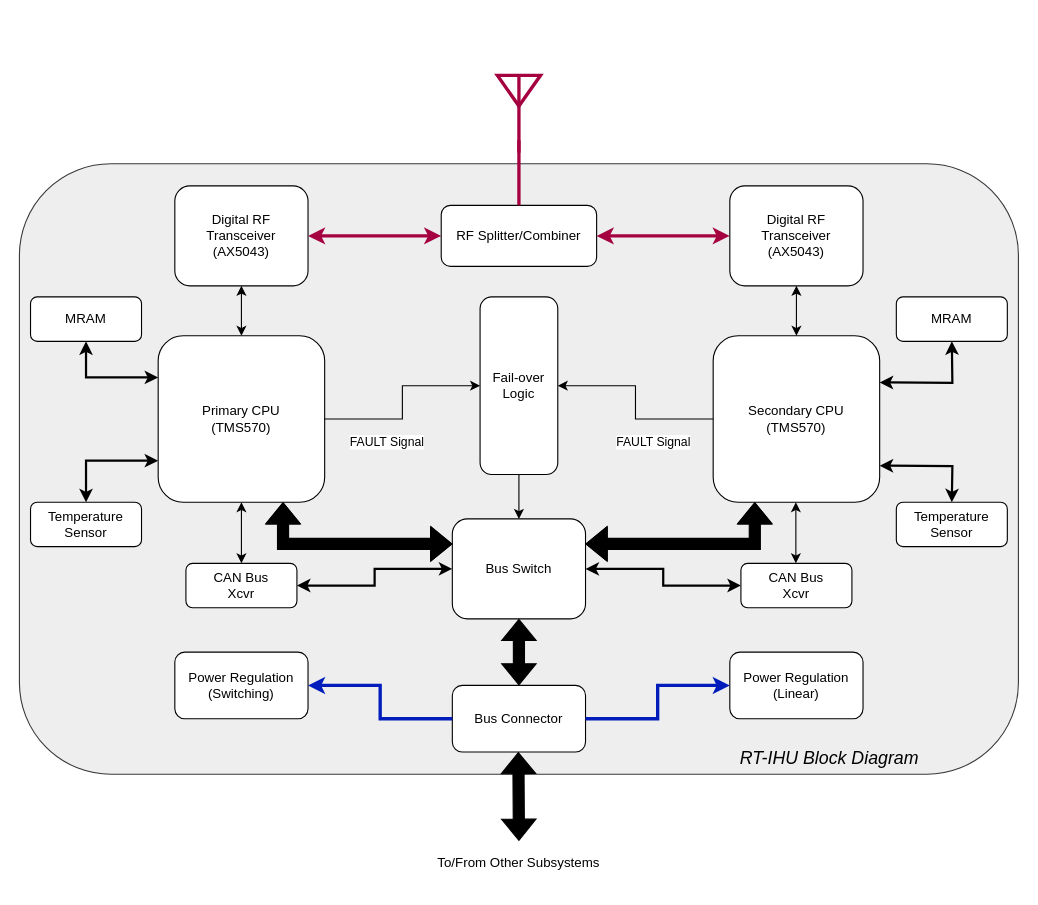
Above: rt-ihu-block-diagram.drawio in zmetzing/rt-ihu (draw.io), before the change. Source tidied: cells renumbered, new cells numbered last; positions are measured from the earlier drawing's top-left corner, leaving out a move shared by most shapes. Both pictures are drawn from the tidied source at 111%, with x=0, y=0 at pixel (19, 74).
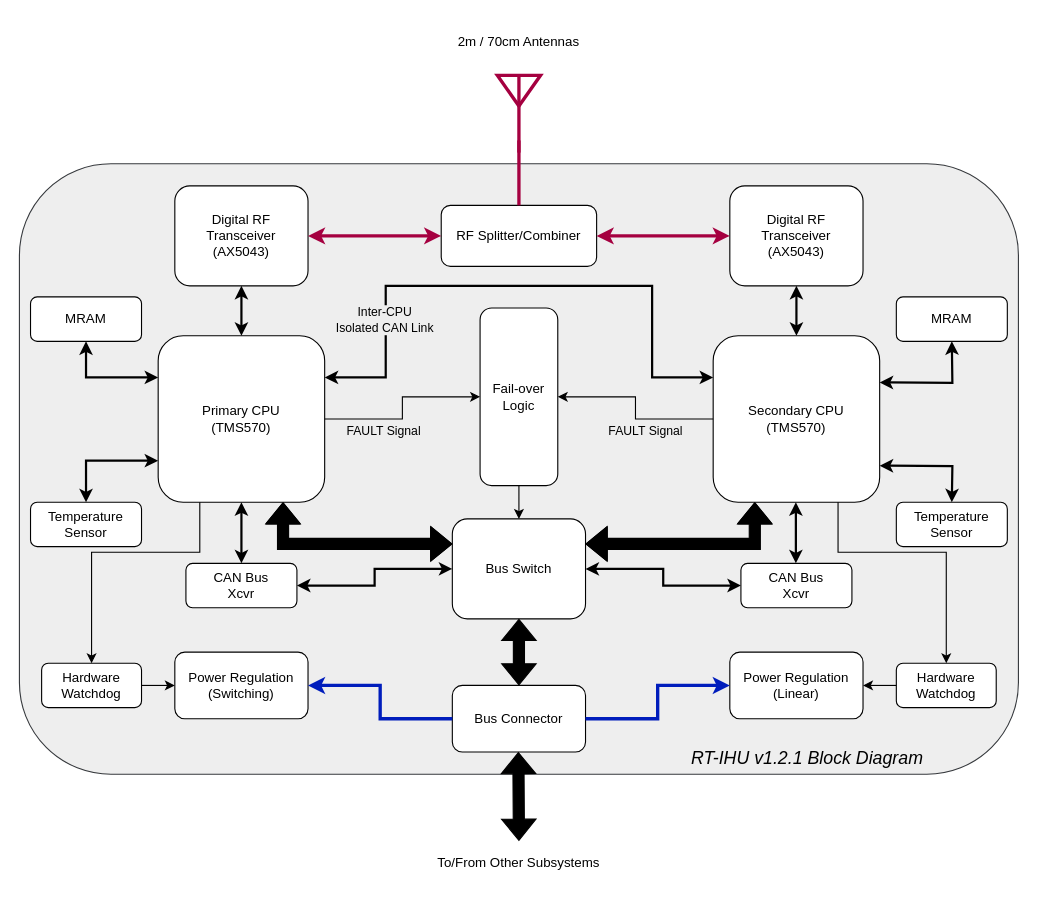
Above is the later version.

Unchanged cells that the change refers to:
```xml
<mxCell id="4" value="&lt;div&gt;Power Regulation&lt;/div&gt;&lt;div&gt;(Switching)&lt;/div&gt;" style="rounded=1;whiteSpace=wrap;html=1;" parent="1" vertex="1">
  <mxGeometry x="140" y="520" width="120" height="60" as="geometry" />
</mxCell>
<mxCell id="11" value="&lt;div&gt;Primary CPU&lt;/div&gt;&lt;div&gt;(TMS570)&lt;br&gt;&lt;/div&gt;" style="rounded=1;whiteSpace=wrap;html=1;" parent="1" vertex="1">
  <mxGeometry x="125" y="235" width="150" height="150" as="geometry" />
</mxCell>
<mxCell id="12" value="&lt;div&gt;Secondary CPU&lt;/div&gt;&lt;div&gt;(TMS570)&lt;br&gt;&lt;/div&gt;" style="rounded=1;whiteSpace=wrap;html=1;" parent="1" vertex="1">
  <mxGeometry x="625" y="235" width="150" height="150" as="geometry" />
</mxCell>
<mxCell id="14" value="&lt;div&gt;CAN Bus&lt;/div&gt;&lt;div&gt;Xcvr&lt;br&gt;&lt;/div&gt;" style="rounded=1;whiteSpace=wrap;html=1;" parent="1" vertex="1">
  <mxGeometry x="150" y="440" width="100" height="40" as="geometry" />
</mxCell>
<mxCell id="20" style="endArrow=classic;html=1;rounded=0;exitX=1;exitY=0.5;exitDx=0;exitDy=0;edgeStyle=orthogonalEdgeStyle;entryX=0;entryY=0.5;entryDx=0;entryDy=0;" parent="1" edge="1" source="11" target="7">
  <mxGeometry relative="1" as="geometry" />
</mxCell>
<mxCell id="22" style="endArrow=classic;html=1;rounded=0;entryX=1;entryY=0.5;entryDx=0;entryDy=0;exitX=0;exitY=0.5;exitDx=0;exitDy=0;edgeStyle=orthogonalEdgeStyle;" parent="1" edge="1" source="12" target="7">
  <mxGeometry relative="1" as="geometry" />
</mxCell>
<mxCell id="24" value="&lt;div&gt;Digital RF Transceiver&lt;/div&gt;&lt;div&gt;(AX5043)&lt;br&gt;&lt;/div&gt;" style="rounded=1;whiteSpace=wrap;html=1;" parent="1" vertex="1">
  <mxGeometry x="140" y="100" width="120" height="90" as="geometry" />
</mxCell>
<mxCell id="25" value="&lt;div&gt;Digital RF Transceiver&lt;/div&gt;&lt;div&gt;(AX5043)&lt;br&gt;&lt;/div&gt;" style="rounded=1;whiteSpace=wrap;html=1;" parent="1" vertex="1">
  <mxGeometry x="640" y="100" width="120" height="90" as="geometry" />
</mxCell>
<mxCell id="28" value="&lt;div&gt;RF Splitter/Combiner&lt;/div&gt;" style="rounded=1;whiteSpace=wrap;html=1;" parent="1" vertex="1">
  <mxGeometry x="380" y="117.5" width="140" height="55" as="geometry" />
</mxCell>
<mxCell id="44" style="verticalLabelPosition=bottom;shadow=0;dashed=0;align=center;html=1;verticalAlign=top;shape=mxgraph.electrical.radio.aerial_-_antenna_2;fillColor=none;fontColor=#ffffff;strokeColor=#A50040;strokeWidth=3;" parent="1" vertex="1">
  <mxGeometry x="430.5" width="39" height="70" as="geometry" />
</mxCell>
```

Change to the diagram source:
```diff
@@
     <mxCell id="7" value="Fail-over Logic" style="rounded=1;whiteSpace=wrap;html=1;" parent="1" vertex="1">
-      <mxGeometry x="415" y="200" width="70" height="160" as="geometry" />
+      <mxGeometry x="415" y="210" width="70" height="160" as="geometry" />
     </mxCell>
@@
-    <mxCell id="15" style="endArrow=classic;startArrow=classic;html=1;rounded=0;entryX=0.5;entryY=1;entryDx=0;entryDy=0;exitX=0.5;exitY=0;exitDx=0;exitDy=0;" parent="1" edge="1" source="14" target="11">
+    <mxCell id="15" style="endArrow=classic;startArrow=classic;html=1;rounded=0;entryX=0.5;entryY=1;entryDx=0;entryDy=0;exitX=0.5;exitY=0;exitDx=0;exitDy=0;strokeWidth=2;" parent="1" edge="1" source="14" target="11">
       <mxGeometry relative="1" as="geometry" />
     </mxCell>
@@
-    <mxCell id="21" value="FAULT Signal" style="edgeLabel;html=1;align=center;verticalAlign=middle;" parent="20" vertex="1">
+    <mxCell id="21" value="FAULT Signal" style="edgeLabel;html=1;align=center;verticalAlign=middle;labelBackgroundColor=#EEEEEE;" parent="20" vertex="1">
       <mxGeometry x="-0.42" y="-3" relative="1" as="geometry">
-        <mxPoint x="6" y="17" as="offset" />
+        <mxPoint x="6" y="7" as="offset" />
       </mxGeometry>
     </mxCell>
@@
-    <mxCell id="23" value="FAULT Signal" style="edgeLabel;html=1;align=center;verticalAlign=middle;" parent="22" vertex="1">
+    <mxCell id="23" value="FAULT Signal" style="edgeLabel;html=1;align=center;verticalAlign=middle;labelBackgroundColor=#EEEEEE;" parent="22" vertex="1">
       <mxGeometry x="-0.35" y="3" relative="1" as="geometry">
-        <mxPoint y="17" as="offset" />
+        <mxPoint x="-10" y="7" as="offset" />
       </mxGeometry>
     </mxCell>
@@
-    <mxCell id="26" style="endArrow=classic;startArrow=classic;html=1;rounded=0;entryX=0.5;entryY=1;entryDx=0;entryDy=0;exitX=0.5;exitY=0;exitDx=0;exitDy=0;" parent="1" edge="1" source="11" target="24">
+    <mxCell id="26" style="endArrow=classic;startArrow=classic;html=1;rounded=0;entryX=0.5;entryY=1;entryDx=0;entryDy=0;exitX=0.5;exitY=0;exitDx=0;exitDy=0;strokeWidth=2;" parent="1" edge="1" source="11" target="24">
       <mxGeometry relative="1" as="geometry" />
     </mxCell>
-    <mxCell id="27" style="endArrow=classic;startArrow=classic;html=1;rounded=0;entryX=0.5;entryY=1;entryDx=0;entryDy=0;exitX=0.5;exitY=0;exitDx=0;exitDy=0;" parent="1" edge="1" source="12" target="25">
+    <mxCell id="27" style="endArrow=classic;startArrow=classic;html=1;rounded=0;entryX=0.5;entryY=1;entryDx=0;entryDy=0;exitX=0.5;exitY=0;exitDx=0;exitDy=0;strokeWidth=2;" parent="1" edge="1" source="12" target="25">
       <mxGeometry relative="1" as="geometry" />
     </mxCell>
@@
-    <mxCell id="41" value="RT-IHU Block Diagram" style="text;html=1;align=center;verticalAlign=middle;whiteSpace=wrap;rounded=0;fontSize=16;fontStyle=2;" parent="1" vertex="1">
-      <mxGeometry x="640" y="600" width="180" height="30" as="geometry" />
+    <mxCell id="41" value="RT-IHU v1.2.1 Block Diagram" style="text;html=1;align=center;verticalAlign=middle;whiteSpace=wrap;rounded=0;fontSize=16;fontStyle=2;" parent="1" vertex="1">
+      <mxGeometry x="600" y="600" width="220" height="30" as="geometry" />
     </mxCell>
@@
+    <mxCell id="45" style="endArrow=none;html=1;rounded=0;entryX=0.5;entryY=0.843;entryDx=0;entryDy=0;entryPerimeter=0;exitX=0.5;exitY=0;exitDx=0;exitDy=0;fillColor=#d80073;strokeColor=#A50040;strokeWidth=3;" parent="1" edge="1" source="28" target="44">
+      <mxGeometry relative="1" as="geometry" />
+    </mxCell>
@@
-    <mxCell id="45" style="endArrow=none;html=1;rounded=0;entryX=0.5;entryY=0.843;entryDx=0;entryDy=0;entryPerimeter=0;exitX=0.5;exitY=0;exitDx=0;exitDy=0;fillColor=#d80073;strokeColor=#A50040;strokeWidth=3;" parent="1" edge="1" source="28" target="44">
-      <mxGeometry relative="1" as="geometry" />
-    </mxCell>
-    <mxCell id="46" style="endArrow=classic;startArrow=classic;html=1;rounded=0;entryX=0.5;entryY=1;entryDx=0;entryDy=0;exitX=0.5;exitY=0;exitDx=0;exitDy=0;" parent="1" edge="1">
+    <mxCell id="46" style="endArrow=classic;startArrow=classic;html=1;rounded=0;entryX=0.5;entryY=1;entryDx=0;entryDy=0;exitX=0.5;exitY=0;exitDx=0;exitDy=0;strokeWidth=2;" parent="1" edge="1">
       <mxGeometry relative="1" as="geometry">
         <mxPoint x="699.5" y="440" as="sourcePoint" />
         <mxPoint x="699.5" y="385" as="targetPoint" />
       </mxGeometry>
     </mxCell>
+    <mxCell id="47" value="2m / 70cm Antennas" style="text;html=1;align=center;verticalAlign=middle;whiteSpace=wrap;rounded=0;" parent="1" vertex="1">
+      <mxGeometry x="345" y="-50" width="210" height="40" as="geometry" />
+    </mxCell>
+    <mxCell id="48" style="endArrow=classic;startArrow=classic;html=1;rounded=0;exitX=1;exitY=0.25;exitDx=0;exitDy=0;entryX=0;entryY=0.25;entryDx=0;entryDy=0;edgeStyle=orthogonalEdgeStyle;strokeWidth=2;" parent="1" edge="1" source="11" target="12">
+      <mxGeometry relative="1" as="geometry">
+        <Array as="points">
+          <mxPoint x="330" y="272" />
+          <mxPoint x="330" y="190" />
+          <mxPoint x="570" y="190" />
+          <mxPoint x="570" y="272" />
+        </Array>
+      </mxGeometry>
+    </mxCell>
+    <mxCell id="49" value="&lt;div&gt;Inter-CPU&lt;/div&gt;&lt;div&gt;Isolated CAN Link&lt;/div&gt;" style="edgeLabel;html=1;align=center;verticalAlign=middle;labelBackgroundColor=#EEEEEE;" parent="48" vertex="1">
+      <mxGeometry x="-0.35" relative="1" as="geometry">
+        <mxPoint x="-31" y="30" as="offset" />
+      </mxGeometry>
+    </mxCell>
+    <mxCell id="50" value="&lt;div&gt;Hardware&lt;/div&gt;&lt;div&gt;Watchdog&lt;br&gt;&lt;/div&gt;" style="rounded=1;whiteSpace=wrap;html=1;" parent="1" vertex="1">
+      <mxGeometry x="20" y="530" width="90" height="40" as="geometry" />
+    </mxCell>
+    <mxCell id="51" style="endArrow=classic;html=1;rounded=0;exitX=1;exitY=0.5;exitDx=0;exitDy=0;entryX=0;entryY=0.5;entryDx=0;entryDy=0;" parent="1" edge="1" source="50" target="4">
+      <mxGeometry relative="1" as="geometry" />
+    </mxCell>
+    <mxCell id="52" style="endArrow=classic;html=1;rounded=0;entryX=0.5;entryY=0;entryDx=0;entryDy=0;exitX=0.25;exitY=1;exitDx=0;exitDy=0;edgeStyle=orthogonalEdgeStyle;" parent="1" edge="1" source="11" target="50">
+      <mxGeometry relative="1" as="geometry">
+        <Array as="points">
+          <mxPoint x="162" y="430" />
+          <mxPoint x="65" y="430" />
+        </Array>
+      </mxGeometry>
+    </mxCell>
+    <mxCell id="53" value="&lt;div&gt;Hardware&lt;/div&gt;&lt;div&gt;Watchdog&lt;br&gt;&lt;/div&gt;" style="rounded=1;whiteSpace=wrap;html=1;" parent="1" vertex="1">
+      <mxGeometry x="790" y="530" width="90" height="40" as="geometry" />
+    </mxCell>
+    <mxCell id="54" style="endArrow=classic;html=1;rounded=0;exitX=0;exitY=0.5;exitDx=0;exitDy=0;" parent="1" edge="1" source="53">
+      <mxGeometry relative="1" as="geometry">
+        <mxPoint x="760" y="550" as="targetPoint" />
+      </mxGeometry>
+    </mxCell>
+    <mxCell id="55" style="endArrow=classic;html=1;rounded=0;entryX=0.5;entryY=0;entryDx=0;entryDy=0;exitX=0.75;exitY=1;exitDx=0;exitDy=0;edgeStyle=orthogonalEdgeStyle;" parent="1" edge="1" source="12" target="53">
+      <mxGeometry relative="1" as="geometry">
+        <Array as="points">
+          <mxPoint x="738" y="430" />
+          <mxPoint x="835" y="430" />
+        </Array>
+      </mxGeometry>
+    </mxCell>
```
